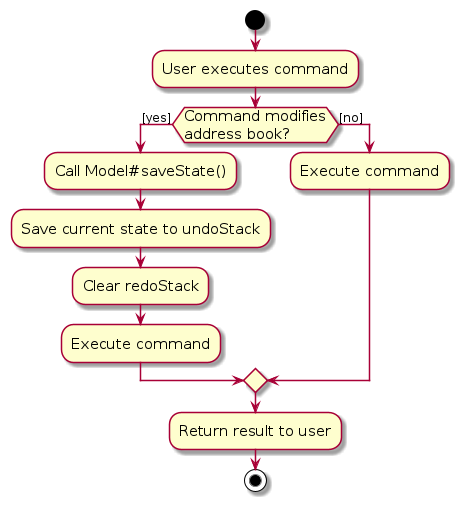
Earlier version of the PlantUML export diagrams/ExecuteCommandActivityDiagram.png (AY2526S1-CS2103T-W14-3/tp). Its source is kept beside it as diagrams/ExecuteCommandActivityDiagram.puml.
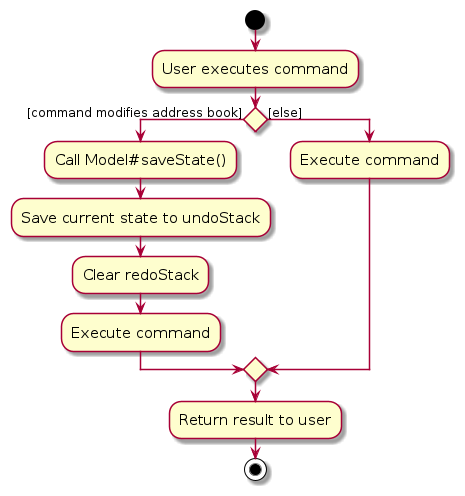
Later version of the same file.

Change to the diagram source:
```diff
@@ -5,12 +5,12 @@
 start
 :User executes command;
 
-if (Command modifies\naddress book?) then ([yes])
+if () then ([command modifies address book])
   :Call Model#saveState();
   :Save current state to undoStack;
   :Clear redoStack;
   :Execute command;
-else ([no])
+else ([else])
   :Execute command;
 endif
 
```
